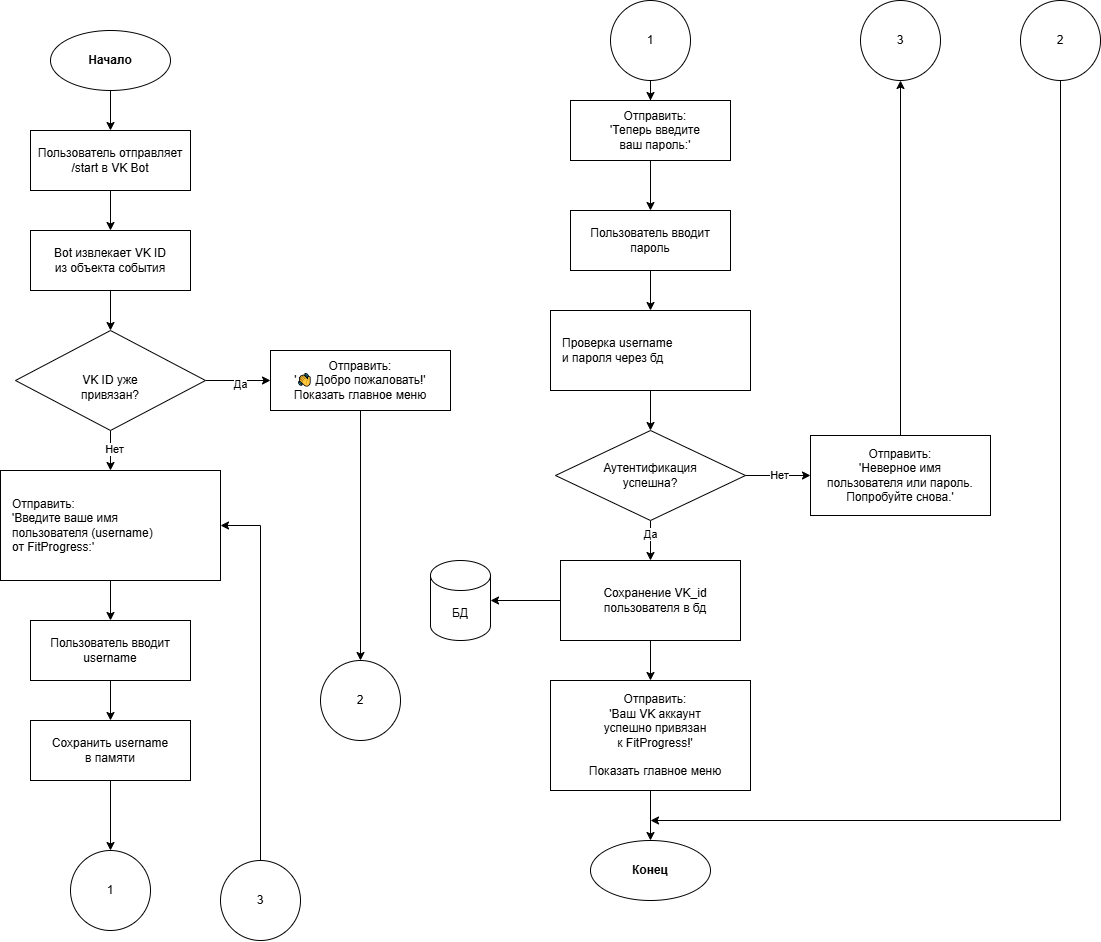
Kirillica228/FitProgress keeps this draw.io diagram as plans/conn vk_id.png. Above is the earlier version. Source tidied: cells renumbered, new cells last; positions are measured from the earlier drawing's top-left corner, leaving out a move shared by most shapes. The source it was exported from:
```xml
<mxGraphModel>
  <root>
    <mxCell id="0" />
    <mxCell id="1" parent="0" />
    <mxCell id="2" value="Начало" style="ellipse;whiteSpace=wrap;html=1;fontStyle=1;" parent="1" vertex="1">
      <mxGeometry x="50" y="30" width="120" height="60" as="geometry" />
    </mxCell>
    <mxCell id="3" value="Пользователь отправляет&lt;br&gt;/start в VK Bot" style="rounded=0;whiteSpace=wrap;html=1;" parent="1" vertex="1">
      <mxGeometry x="30" y="130" width="160" height="60" as="geometry" />
    </mxCell>
    <mxCell id="4" value="Bot извлекает VK ID&lt;br&gt;из объекта события" style="rounded=0;whiteSpace=wrap;html=1;" parent="1" vertex="1">
      <mxGeometry x="30" y="230" width="160" height="60" as="geometry" />
    </mxCell>
    <mxCell id="5" style="edgeStyle=orthogonalEdgeStyle;rounded=0;jettySize=auto;html=1;entryX=0;entryY=0.5;entryDx=0;entryDy=0;" parent="1" edge="1" source="9" target="10">
      <mxGeometry relative="1" as="geometry" />
    </mxCell>
    <mxCell id="6" value="Да" style="edgeLabel;html=1;align=center;verticalAlign=middle;" parent="5" vertex="1">
      <mxGeometry x="0.05" y="-3" relative="1" as="geometry" />
    </mxCell>
    <mxCell id="7" style="edgeStyle=orthogonalEdgeStyle;rounded=0;jettySize=auto;html=1;" parent="1" edge="1" source="9" target="11">
      <mxGeometry relative="1" as="geometry" />
    </mxCell>
    <mxCell id="8" value="Нет" style="edgeLabel;html=1;align=center;verticalAlign=middle;" parent="7" vertex="1">
      <mxGeometry x="-0.06" y="3" relative="1" as="geometry" />
    </mxCell>
    <mxCell id="9" value="&lt;br&gt;VK ID уже&lt;br&gt;привязан?" style="rhombus;whiteSpace=wrap;html=1;" parent="1" vertex="1">
      <mxGeometry x="15" y="330" width="190" height="100" as="geometry" />
    </mxCell>
    <mxCell id="10" value="Отправить:&lt;br&gt;'👋 Добро пожаловать!'&lt;br&gt;Показать главное меню" style="rounded=0;whiteSpace=wrap;html=1;" parent="1" vertex="1">
      <mxGeometry x="270" y="350" width="180" height="60" as="geometry" />
    </mxCell>
    <mxCell id="11" value="Отправить:&lt;br&gt;'Введите ваше имя&lt;br&gt;пользователя (username)&lt;br&gt;от FitProgress:'" style="rounded=0;whiteSpace=wrap;html=1;align=left;spacingLeft=10;" parent="1" vertex="1">
      <mxGeometry y="470" width="220" height="110" as="geometry" />
    </mxCell>
    <mxCell id="12" value="Пользователь вводит&lt;br&gt;username" style="rounded=0;whiteSpace=wrap;html=1;" parent="1" vertex="1">
      <mxGeometry x="30" y="620" width="160" height="60" as="geometry" />
    </mxCell>
    <mxCell id="13" value="Сохранить username&lt;br&gt;в памяти" style="rounded=0;whiteSpace=wrap;html=1;" parent="1" vertex="1">
      <mxGeometry x="30" y="720" width="160" height="60" as="geometry" />
    </mxCell>
    <mxCell id="14" style="edgeStyle=orthogonalEdgeStyle;rounded=0;jettySize=auto;html=1;" parent="1" edge="1" source="2" target="3">
      <mxGeometry relative="1" as="geometry" />
    </mxCell>
    <mxCell id="15" style="edgeStyle=orthogonalEdgeStyle;rounded=0;jettySize=auto;html=1;" parent="1" edge="1" source="3" target="4">
      <mxGeometry relative="1" as="geometry" />
    </mxCell>
    <mxCell id="16" style="edgeStyle=orthogonalEdgeStyle;rounded=0;jettySize=auto;html=1;" parent="1" edge="1" source="4" target="9">
      <mxGeometry relative="1" as="geometry" />
    </mxCell>
    <mxCell id="17" style="edgeStyle=orthogonalEdgeStyle;rounded=0;jettySize=auto;html=1;entryX=0.5;entryY=0;entryDx=0;entryDy=0;" parent="1" edge="1" source="10" target="42">
      <mxGeometry relative="1" as="geometry" />
    </mxCell>
    <mxCell id="18" style="edgeStyle=orthogonalEdgeStyle;rounded=0;jettySize=auto;html=1;" parent="1" edge="1" source="11" target="12">
      <mxGeometry relative="1" as="geometry" />
    </mxCell>
    <mxCell id="19" style="edgeStyle=orthogonalEdgeStyle;rounded=0;jettySize=auto;html=1;" parent="1" edge="1" source="12" target="13">
      <mxGeometry relative="1" as="geometry" />
    </mxCell>
    <mxCell id="20" style="edgeStyle=orthogonalEdgeStyle;rounded=0;jettySize=auto;html=1;" parent="1" edge="1" source="13">
      <mxGeometry relative="1" as="geometry">
        <mxPoint x="110" y="850" as="targetPoint" />
      </mxGeometry>
    </mxCell>
    <mxCell id="21" value="Отправить:&lt;br&gt;'Теперь введите&lt;br&gt;ваш пароль:'" style="rounded=0;whiteSpace=wrap;html=1;align=center;spacingLeft=10;" parent="1" vertex="1">
      <mxGeometry x="570" y="100" width="160" height="60" as="geometry" />
    </mxCell>
    <mxCell id="22" value="Пользователь вводит&lt;br&gt;пароль" style="rounded=0;whiteSpace=wrap;html=1;" parent="1" vertex="1">
      <mxGeometry x="570" y="210" width="160" height="60" as="geometry" />
    </mxCell>
    <mxCell id="23" value="Проверка username&lt;br&gt;и пароля через бд" style="rounded=0;whiteSpace=wrap;html=1;align=left;spacingLeft=10;" parent="1" vertex="1">
      <mxGeometry x="550" y="310" width="200" height="80" as="geometry" />
    </mxCell>
    <mxCell id="24" style="edgeStyle=orthogonalEdgeStyle;rounded=0;jettySize=auto;html=1;entryX=0;entryY=0.5;entryDx=0;entryDy=0;" parent="1" edge="1" source="28" target="30">
      <mxGeometry relative="1" as="geometry" />
    </mxCell>
    <mxCell id="25" value="Нет" style="edgeLabel;html=1;align=center;verticalAlign=middle;" parent="24" vertex="1">
      <mxGeometry y="1" relative="1" as="geometry" />
    </mxCell>
    <mxCell id="26" style="edgeStyle=orthogonalEdgeStyle;rounded=0;jettySize=auto;html=1;entryX=0.5;entryY=0;entryDx=0;entryDy=0;" parent="1" edge="1" source="28" target="32">
      <mxGeometry relative="1" as="geometry" />
    </mxCell>
    <mxCell id="27" value="Да" style="edgeLabel;html=1;align=center;verticalAlign=middle;" parent="26" vertex="1">
      <mxGeometry x="-0.36" y="-1" relative="1" as="geometry" />
    </mxCell>
    <mxCell id="28" value="Аутентификация&lt;br&gt;успешна?" style="rhombus;whiteSpace=wrap;html=1;" parent="1" vertex="1">
      <mxGeometry x="555" y="430" width="190" height="90" as="geometry" />
    </mxCell>
    <mxCell id="29" style="edgeStyle=orthogonalEdgeStyle;rounded=0;jettySize=auto;html=1;" parent="1" edge="1" source="30" target="47">
      <mxGeometry relative="1" as="geometry" />
    </mxCell>
    <mxCell id="30" value="Отправить:&lt;br&gt;'Неверное имя&lt;br&gt;пользователя или пароль.&lt;br&gt;Попробуйте снова.'" style="rounded=0;whiteSpace=wrap;html=1;" parent="1" vertex="1">
      <mxGeometry x="810" y="435" width="180" height="80" as="geometry" />
    </mxCell>
    <mxCell id="31" style="edgeStyle=orthogonalEdgeStyle;rounded=0;jettySize=auto;html=1;" parent="1" edge="1" source="32" target="39">
      <mxGeometry relative="1" as="geometry" />
    </mxCell>
    <mxCell id="32" value="Сохранение VK_id пользователя в бд" style="rounded=0;whiteSpace=wrap;html=1;align=center;spacingLeft=10;" parent="1" vertex="1">
      <mxGeometry x="560" y="560" width="180" height="80" as="geometry" />
    </mxCell>
    <mxCell id="33" value="Отправить:&lt;br&gt;'Ваш VK аккаунт&lt;br&gt;успешно привязан&lt;br&gt;к FitProgress!'&lt;br&gt;&lt;br&gt;Показать главное меню" style="rounded=0;whiteSpace=wrap;html=1;align=center;spacingLeft=10;" parent="1" vertex="1">
      <mxGeometry x="550" y="680" width="200" height="110" as="geometry" />
    </mxCell>
    <mxCell id="34" style="edgeStyle=orthogonalEdgeStyle;rounded=0;jettySize=auto;html=1;" parent="1" edge="1" source="21" target="22">
      <mxGeometry relative="1" as="geometry" />
    </mxCell>
    <mxCell id="35" style="edgeStyle=orthogonalEdgeStyle;rounded=0;jettySize=auto;html=1;" parent="1" edge="1" source="22" target="23">
      <mxGeometry relative="1" as="geometry" />
    </mxCell>
    <mxCell id="36" style="edgeStyle=orthogonalEdgeStyle;rounded=0;jettySize=auto;html=1;" parent="1" edge="1" source="23" target="28">
      <mxGeometry relative="1" as="geometry" />
    </mxCell>
    <mxCell id="37" style="edgeStyle=orthogonalEdgeStyle;rounded=0;jettySize=auto;html=1;" parent="1" edge="1" source="32" target="33">
      <mxGeometry relative="1" as="geometry" />
    </mxCell>
    <mxCell id="38" style="edgeStyle=orthogonalEdgeStyle;rounded=0;jettySize=auto;html=1;entryX=0.5;entryY=0;entryDx=0;entryDy=0;" parent="1" edge="1" source="33" target="40">
      <mxGeometry relative="1" as="geometry" />
    </mxCell>
    <mxCell id="39" value="БД" style="shape=cylinder3;whiteSpace=wrap;html=1;boundedLbl=1;backgroundOutline=1;size=15;" parent="1" vertex="1">
      <mxGeometry x="430" y="560" width="60" height="80" as="geometry" />
    </mxCell>
    <mxCell id="40" value="Конец" style="ellipse;whiteSpace=wrap;html=1;fontStyle=1;" parent="1" vertex="1">
      <mxGeometry x="590" y="840" width="120" height="60" as="geometry" />
    </mxCell>
    <mxCell id="41" value="1" style="ellipse;whiteSpace=wrap;html=1;" parent="1" vertex="1">
      <mxGeometry x="70" y="850" width="80" height="80" as="geometry" />
    </mxCell>
    <mxCell id="42" value="2" style="ellipse;whiteSpace=wrap;html=1;" parent="1" vertex="1">
      <mxGeometry x="320" y="660" width="80" height="80" as="geometry" />
    </mxCell>
    <mxCell id="43" style="edgeStyle=orthogonalEdgeStyle;rounded=0;jettySize=auto;html=1;" parent="1" edge="1" source="44" target="21">
      <mxGeometry relative="1" as="geometry" />
    </mxCell>
    <mxCell id="44" value="1" style="ellipse;whiteSpace=wrap;html=1;" parent="1" vertex="1">
      <mxGeometry x="610" width="80" height="80" as="geometry" />
    </mxCell>
    <mxCell id="45" style="edgeStyle=orthogonalEdgeStyle;rounded=0;jettySize=auto;html=1;exitX=0.5;exitY=1;exitDx=0;exitDy=0;" parent="1" edge="1" source="46">
      <mxGeometry relative="1" as="geometry">
        <mxPoint x="650" y="820" as="targetPoint" />
        <Array as="points">
          <mxPoint x="1060" y="820" />
        </Array>
      </mxGeometry>
    </mxCell>
    <mxCell id="46" value="2" style="ellipse;whiteSpace=wrap;html=1;" parent="1" vertex="1">
      <mxGeometry x="1020" width="80" height="80" as="geometry" />
    </mxCell>
    <mxCell id="47" value="3" style="ellipse;whiteSpace=wrap;html=1;" parent="1" vertex="1">
      <mxGeometry x="860" width="80" height="80" as="geometry" />
    </mxCell>
    <mxCell id="48" style="edgeStyle=orthogonalEdgeStyle;rounded=0;jettySize=auto;html=1;entryX=1;entryY=0.5;entryDx=0;entryDy=0;" parent="1" edge="1" source="49" target="11">
      <mxGeometry relative="1" as="geometry" />
    </mxCell>
    <mxCell id="49" value="3" style="ellipse;whiteSpace=wrap;html=1;" parent="1" vertex="1">
      <mxGeometry x="220" y="860" width="80" height="80" as="geometry" />
    </mxCell>
  </root>
</mxGraphModel>
```
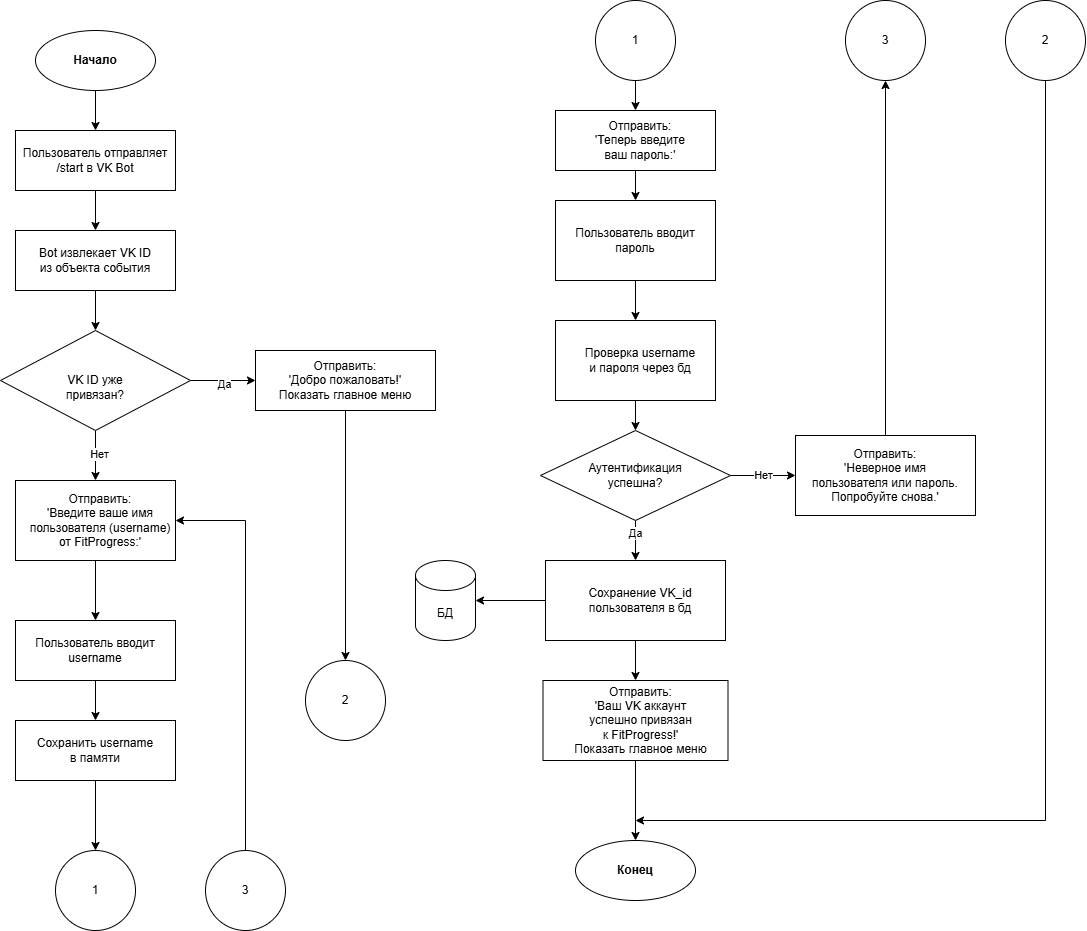
After the commit.

Diff of the diagram source:
```diff
@@ -26,11 +26,11 @@
     <mxCell id="9" value="&lt;br&gt;VK ID уже&lt;br&gt;привязан?" style="rhombus;whiteSpace=wrap;html=1;" parent="1" vertex="1">
       <mxGeometry x="15" y="330" width="190" height="100" as="geometry" />
     </mxCell>
-    <mxCell id="10" value="Отправить:&lt;br&gt;'👋 Добро пожаловать!'&lt;br&gt;Показать главное меню" style="rounded=0;whiteSpace=wrap;html=1;" parent="1" vertex="1">
+    <mxCell id="10" value="Отправить:&lt;br&gt;'&lt;span style=&quot;background-color: transparent; color: light-dark(rgb(0, 0, 0), rgb(255, 255, 255));&quot;&gt;Добро пожаловать!'&lt;/span&gt;&lt;div&gt;Показать главное меню&lt;/div&gt;" style="rounded=0;whiteSpace=wrap;html=1;" parent="1" vertex="1">
       <mxGeometry x="270" y="350" width="180" height="60" as="geometry" />
     </mxCell>
-    <mxCell id="11" value="Отправить:&lt;br&gt;'Введите ваше имя&lt;br&gt;пользователя (username)&lt;br&gt;от FitProgress:'" style="rounded=0;whiteSpace=wrap;html=1;align=left;spacingLeft=10;" parent="1" vertex="1">
-      <mxGeometry y="470" width="220" height="110" as="geometry" />
+    <mxCell id="11" value="Отправить:&lt;br&gt;'Введите ваше имя&lt;br&gt;пользователя (username)&lt;br&gt;от FitProgress:'" style="rounded=0;whiteSpace=wrap;html=1;align=center;spacingLeft=10;" parent="1" vertex="1">
+      <mxGeometry x="30" y="480" width="160" height="80" as="geometry" />
     </mxCell>
     <mxCell id="12" value="Пользователь вводит&lt;br&gt;username" style="rounded=0;whiteSpace=wrap;html=1;" parent="1" vertex="1">
       <mxGeometry x="30" y="620" width="160" height="60" as="geometry" />
@@ -62,13 +62,13 @@
       </mxGeometry>
     </mxCell>
     <mxCell id="21" value="Отправить:&lt;br&gt;'Теперь введите&lt;br&gt;ваш пароль:'" style="rounded=0;whiteSpace=wrap;html=1;align=center;spacingLeft=10;" parent="1" vertex="1">
-      <mxGeometry x="570" y="100" width="160" height="60" as="geometry" />
+      <mxGeometry x="570" y="110" width="160" height="60" as="geometry" />
     </mxCell>
     <mxCell id="22" value="Пользователь вводит&lt;br&gt;пароль" style="rounded=0;whiteSpace=wrap;html=1;" parent="1" vertex="1">
-      <mxGeometry x="570" y="210" width="160" height="60" as="geometry" />
+      <mxGeometry x="570" y="200" width="160" height="80" as="geometry" />
     </mxCell>
-    <mxCell id="23" value="Проверка username&lt;br&gt;и пароля через бд" style="rounded=0;whiteSpace=wrap;html=1;align=left;spacingLeft=10;" parent="1" vertex="1">
-      <mxGeometry x="550" y="310" width="200" height="80" as="geometry" />
+    <mxCell id="23" value="Проверка username&lt;br&gt;и пароля через бд" style="rounded=0;whiteSpace=wrap;html=1;align=center;spacingLeft=10;" parent="1" vertex="1">
+      <mxGeometry x="570" y="320" width="160" height="80" as="geometry" />
     </mxCell>
     <mxCell id="24" style="edgeStyle=orthogonalEdgeStyle;rounded=0;jettySize=auto;html=1;entryX=0;entryY=0.5;entryDx=0;entryDy=0;" parent="1" edge="1" source="28" target="30">
       <mxGeometry relative="1" as="geometry" />
@@ -97,8 +97,8 @@
     <mxCell id="32" value="Сохранение VK_id пользователя в бд" style="rounded=0;whiteSpace=wrap;html=1;align=center;spacingLeft=10;" parent="1" vertex="1">
       <mxGeometry x="560" y="560" width="180" height="80" as="geometry" />
     </mxCell>
-    <mxCell id="33" value="Отправить:&lt;br&gt;'Ваш VK аккаунт&lt;br&gt;успешно привязан&lt;br&gt;к FitProgress!'&lt;br&gt;&lt;br&gt;Показать главное меню" style="rounded=0;whiteSpace=wrap;html=1;align=center;spacingLeft=10;" parent="1" vertex="1">
-      <mxGeometry x="550" y="680" width="200" height="110" as="geometry" />
+    <mxCell id="33" value="Отправить:&lt;br&gt;'Ваш VK аккаунт&lt;br&gt;успешно привязан&lt;br&gt;к FitProgress!'&lt;br&gt;Показать главное меню" style="rounded=0;whiteSpace=wrap;html=1;align=center;spacingLeft=10;" parent="1" vertex="1">
+      <mxGeometry x="557.5" y="680" width="185" height="80" as="geometry" />
     </mxCell>
     <mxCell id="34" style="edgeStyle=orthogonalEdgeStyle;rounded=0;jettySize=auto;html=1;" parent="1" edge="1" source="21" target="22">
       <mxGeometry relative="1" as="geometry" />
@@ -148,10 +148,14 @@
       <mxGeometry x="860" width="80" height="80" as="geometry" />
     </mxCell>
     <mxCell id="48" style="edgeStyle=orthogonalEdgeStyle;rounded=0;jettySize=auto;html=1;entryX=1;entryY=0.5;entryDx=0;entryDy=0;" parent="1" edge="1" source="49" target="11">
-      <mxGeometry relative="1" as="geometry" />
+      <mxGeometry relative="1" as="geometry">
+        <Array as="points">
+          <mxPoint x="260" y="520" />
+        </Array>
+      </mxGeometry>
     </mxCell>
     <mxCell id="49" value="3" style="ellipse;whiteSpace=wrap;html=1;" parent="1" vertex="1">
-      <mxGeometry x="220" y="860" width="80" height="80" as="geometry" />
+      <mxGeometry x="220" y="850" width="80" height="80" as="geometry" />
     </mxCell>
   </root>
 </mxGraphModel>
```
